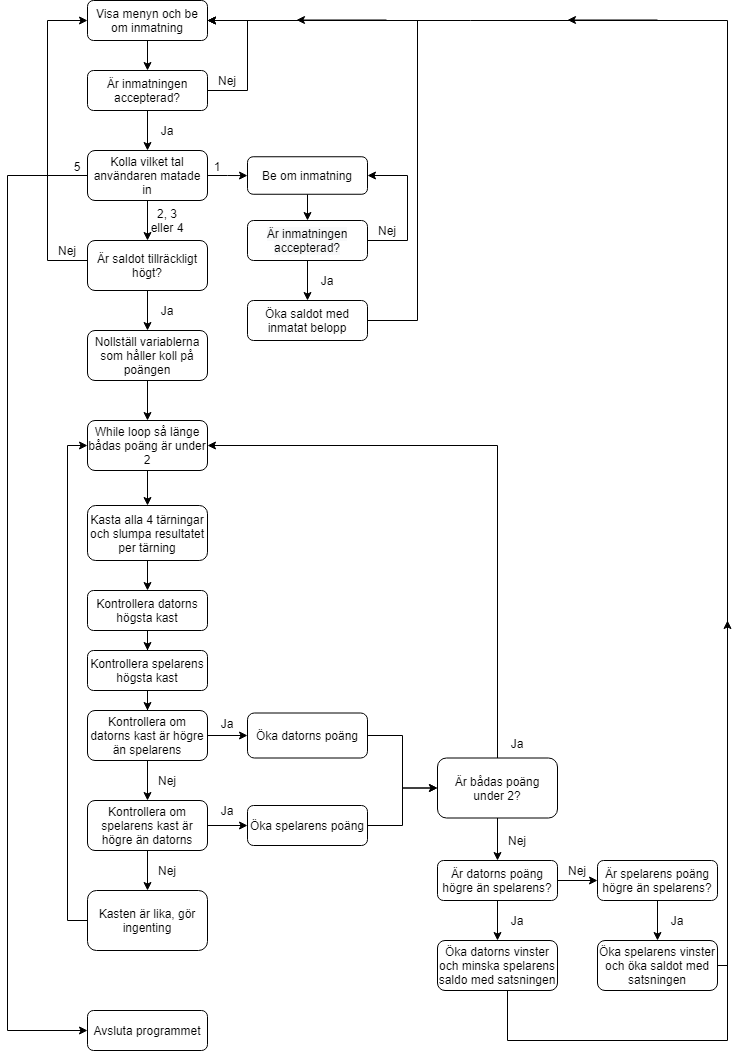
Sam-mariehamn/IT120G keeps this draw.io diagram as Inlämningsuppgift 1/Flödesdiagram.png. Above is the earlier version. Source tidied: cells renumbered, new cells last; positions are measured from the earlier drawing's top-left corner, leaving out a move shared by most shapes.
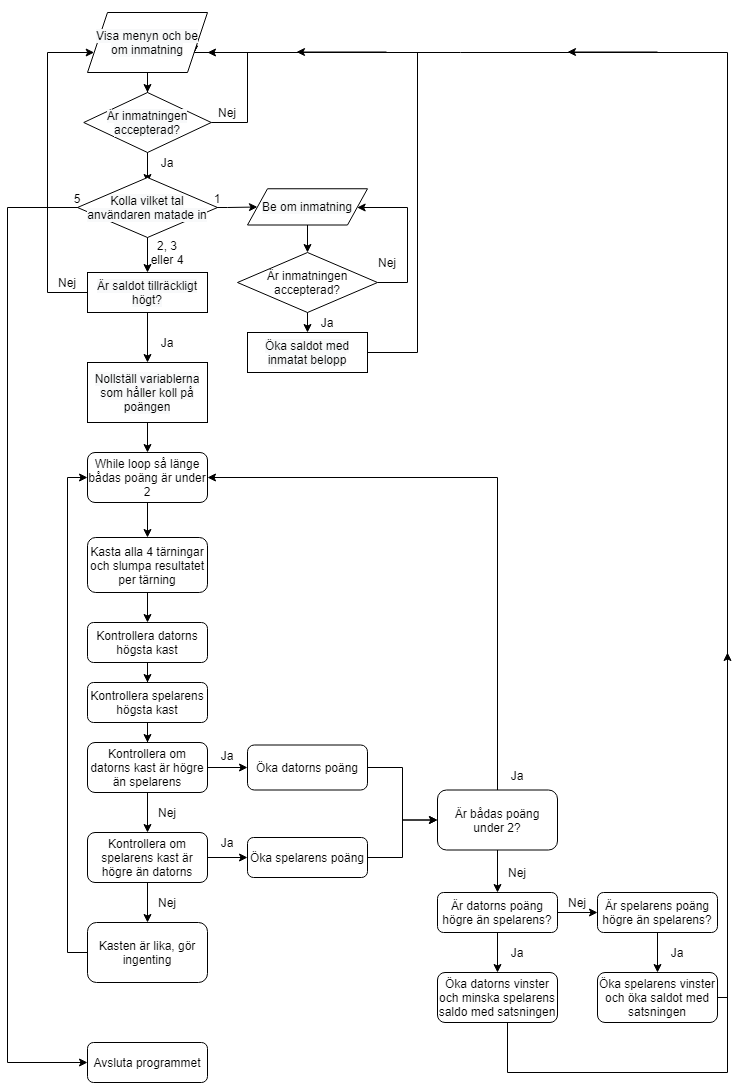
The same diagram one commit later.

Change to the diagram source:
```diff
@@ -2,103 +2,99 @@
   <root>
     <mxCell id="0" />
     <mxCell id="1" parent="0" />
-    <mxCell id="2" style="edgeStyle=orthogonalEdgeStyle;rounded=0;jettySize=auto;html=1;" parent="1" edge="1" source="3" target="6">
-      <mxGeometry relative="1" as="geometry" />
+    <mxCell id="2" style="edgeStyle=orthogonalEdgeStyle;rounded=0;orthogonalLoop=1;jettySize=auto;html=1;" parent="1" edge="1">
+      <mxGeometry relative="1" as="geometry">
+        <mxPoint x="140" y="40" as="sourcePoint" />
+        <mxPoint x="140" y="70" as="targetPoint" />
+      </mxGeometry>
     </mxCell>
-    <mxCell id="3" value="Visa menyn och be om inmatning" style="rounded=1;whiteSpace=wrap;html=1;fontSize=12;glass=0;strokeWidth=1;shadow=0;" parent="1" vertex="1">
-      <mxGeometry x="80" width="120" height="40" as="geometry" />
-    </mxCell>
-    <mxCell id="4" style="edgeStyle=orthogonalEdgeStyle;rounded=0;jettySize=auto;html=1;" parent="1" edge="1" source="6" target="10">
-      <mxGeometry relative="1" as="geometry" />
+    <mxCell id="4" style="edgeStyle=orthogonalEdgeStyle;rounded=0;orthogonalLoop=1;jettySize=auto;html=1;" parent="1" edge="1">
+      <mxGeometry relative="1" as="geometry">
+        <mxPoint x="140" y="110" as="sourcePoint" />
+        <mxPoint x="140" y="150" as="targetPoint" />
+      </mxGeometry>
     </mxCell>
-    <mxCell id="5" style="edgeStyle=orthogonalEdgeStyle;rounded=0;jettySize=auto;html=1;" parent="1" edge="1" source="6">
+    <mxCell id="5" style="edgeStyle=orthogonalEdgeStyle;rounded=0;jettySize=auto;html=1;exitX=1;exitY=0.5;exitDx=0;exitDy=0;entryX=1;entryY=0.75;entryDx=0;entryDy=0;" parent="1" edge="1" source="77" target="3">
       <mxGeometry relative="1" as="geometry">
-        <mxPoint x="200" y="20" as="targetPoint" />
         <Array as="points">
           <mxPoint x="240" y="90" />
           <mxPoint x="240" y="20" />
+          <mxPoint x="186" y="20" />
         </Array>
       </mxGeometry>
     </mxCell>
-    <mxCell id="6" value="Är inmatningen accepterad?" style="rounded=1;whiteSpace=wrap;html=1;" parent="1" vertex="1">
-      <mxGeometry x="80" y="70" width="120" height="40" as="geometry" />
-    </mxCell>
-    <mxCell id="7" style="edgeStyle=orthogonalEdgeStyle;rounded=0;jettySize=auto;html=1;" parent="1" edge="1" source="10" target="14">
-      <mxGeometry relative="1" as="geometry" />
+    <mxCell id="7" style="edgeStyle=orthogonalEdgeStyle;rounded=0;jettySize=auto;html=1;" parent="1" edge="1" target="14">
+      <mxGeometry relative="1" as="geometry">
+        <mxPoint x="200" y="175" as="sourcePoint" />
+      </mxGeometry>
     </mxCell>
-    <mxCell id="8" style="edgeStyle=orthogonalEdgeStyle;rounded=0;jettySize=auto;html=1;" parent="1" edge="1" source="10" target="17">
-      <mxGeometry relative="1" as="geometry" />
+    <mxCell id="8" style="edgeStyle=orthogonalEdgeStyle;rounded=0;orthogonalLoop=1;jettySize=auto;html=1;" parent="1" edge="1">
+      <mxGeometry relative="1" as="geometry">
+        <mxPoint x="140" y="200" as="sourcePoint" />
+        <mxPoint x="140" y="240" as="targetPoint" />
+      </mxGeometry>
     </mxCell>
-    <mxCell id="9" style="edgeStyle=orthogonalEdgeStyle;rounded=0;jettySize=auto;html=1;" parent="1" edge="1" source="10" target="65">
+    <mxCell id="9" style="edgeStyle=orthogonalEdgeStyle;rounded=0;jettySize=auto;html=1;" parent="1" edge="1" target="65">
       <mxGeometry relative="1" as="geometry">
+        <mxPoint x="80" y="175" as="sourcePoint" />
         <Array as="points">
           <mxPoint y="175" />
           <mxPoint y="1030" />
         </Array>
       </mxGeometry>
     </mxCell>
-    <mxCell id="10" value="Kolla vilket tal användaren matade in" style="rounded=1;whiteSpace=wrap;html=1;" parent="1" vertex="1">
-      <mxGeometry x="80" y="150" width="120" height="50" as="geometry" />
-    </mxCell>
     <mxCell id="11" value="Ja" style="text;html=1;strokeColor=none;fillColor=none;align=center;verticalAlign=middle;whiteSpace=wrap;rounded=0;" parent="1" vertex="1">
       <mxGeometry x="140" y="120" width="40" height="20" as="geometry" />
     </mxCell>
     <mxCell id="12" value="Nej" style="text;html=1;strokeColor=none;fillColor=none;align=center;verticalAlign=middle;whiteSpace=wrap;rounded=0;" parent="1" vertex="1">
       <mxGeometry x="200" y="70" width="40" height="20" as="geometry" />
     </mxCell>
-    <mxCell id="13" style="edgeStyle=orthogonalEdgeStyle;rounded=0;jettySize=auto;html=1;" parent="1" edge="1" source="14" target="22">
-      <mxGeometry relative="1" as="geometry" />
-    </mxCell>
-    <mxCell id="14" value="Be om inmatning" style="whiteSpace=wrap;html=1;rounded=1;" parent="1" vertex="1">
-      <mxGeometry x="240" y="156.2" width="120" height="37.5" as="geometry" />
-    </mxCell>
-    <mxCell id="15" style="edgeStyle=orthogonalEdgeStyle;rounded=0;jettySize=auto;html=1;entryX=0;entryY=0.5;entryDx=0;entryDy=0;" parent="1" edge="1" source="17" target="3">
+    <mxCell id="15" style="edgeStyle=orthogonalEdgeStyle;rounded=0;jettySize=auto;html=1;" parent="1" edge="1" target="3">
       <mxGeometry relative="1" as="geometry">
+        <mxPoint x="80" y="260" as="sourcePoint" />
         <Array as="points">
           <mxPoint x="40" y="260" />
           <mxPoint x="40" y="20" />
         </Array>
       </mxGeometry>
     </mxCell>
-    <mxCell id="16" style="edgeStyle=orthogonalEdgeStyle;rounded=0;jettySize=auto;html=1;" parent="1" edge="1" source="17" target="29">
-      <mxGeometry relative="1" as="geometry" />
+    <mxCell id="16" style="edgeStyle=orthogonalEdgeStyle;rounded=0;jettySize=auto;html=1;exitX=0.5;exitY=1;exitDx=0;exitDy=0;" parent="1" edge="1" source="17">
+      <mxGeometry relative="1" as="geometry">
+        <mxPoint x="140" y="330" as="targetPoint" />
+      </mxGeometry>
     </mxCell>
-    <mxCell id="17" value="Är saldot tillräckligt högt?" style="whiteSpace=wrap;html=1;rounded=1;" parent="1" vertex="1">
-      <mxGeometry x="80" y="240" width="120" height="50" as="geometry" />
-    </mxCell>
     <mxCell id="18" value="1" style="text;html=1;strokeColor=none;fillColor=none;align=center;verticalAlign=middle;whiteSpace=wrap;rounded=0;" parent="1" vertex="1">
       <mxGeometry x="200" y="156.2" width="20" height="20" as="geometry" />
     </mxCell>
     <mxCell id="19" value="2, 3 eller 4" style="text;html=1;strokeColor=none;fillColor=none;align=center;verticalAlign=middle;whiteSpace=wrap;rounded=0;" parent="1" vertex="1">
       <mxGeometry x="140" y="210" width="40" height="20" as="geometry" />
     </mxCell>
-    <mxCell id="20" style="edgeStyle=orthogonalEdgeStyle;rounded=0;jettySize=auto;html=1;" parent="1" edge="1" source="22" target="24">
-      <mxGeometry relative="1" as="geometry" />
+    <mxCell id="20" style="edgeStyle=orthogonalEdgeStyle;rounded=0;orthogonalLoop=1;jettySize=auto;html=1;" parent="1" edge="1">
+      <mxGeometry relative="1" as="geometry">
+        <mxPoint x="300" y="260" as="sourcePoint" />
+        <mxPoint x="300" y="300" as="targetPoint" />
+      </mxGeometry>
     </mxCell>
-    <mxCell id="21" style="edgeStyle=orthogonalEdgeStyle;rounded=0;jettySize=auto;html=1;entryX=1;entryY=0.5;entryDx=0;entryDy=0;" parent="1" edge="1" source="22" target="14">
+    <mxCell id="21" style="edgeStyle=orthogonalEdgeStyle;rounded=0;jettySize=auto;html=1;" parent="1" edge="1" source="78" target="14">
       <mxGeometry relative="1" as="geometry">
         <Array as="points">
-          <mxPoint x="400" y="240" />
+          <mxPoint x="400" y="250" />
           <mxPoint x="400" y="175" />
         </Array>
       </mxGeometry>
     </mxCell>
-    <mxCell id="22" value="&#10;&#10;&lt;span style=&quot;color: rgb(0, 0, 0); font-family: helvetica; font-size: 12px; font-style: normal; font-weight: 400; letter-spacing: normal; text-align: center; text-indent: 0px; text-transform: none; word-spacing: 0px; background-color: rgb(248, 249, 250); display: inline; float: none;&quot;&gt;Är inmatningen accepterad?&lt;/span&gt;&#10;&#10;" style="whiteSpace=wrap;html=1;rounded=1;" parent="1" vertex="1">
-      <mxGeometry x="240" y="220" width="120" height="40" as="geometry" />
-    </mxCell>
-    <mxCell id="23" style="edgeStyle=orthogonalEdgeStyle;rounded=0;jettySize=auto;html=1;entryX=1;entryY=0.5;entryDx=0;entryDy=0;exitX=1;exitY=0.5;exitDx=0;exitDy=0;" parent="1" edge="1" source="24" target="3">
+    <mxCell id="23" style="edgeStyle=orthogonalEdgeStyle;rounded=0;orthogonalLoop=1;jettySize=auto;html=1;entryX=1;entryY=0.5;entryDx=0;entryDy=0;exitX=1;exitY=0.5;exitDx=0;exitDy=0;" parent="1" edge="1">
       <mxGeometry relative="1" as="geometry">
+        <mxPoint x="360" y="320" as="sourcePoint" />
+        <mxPoint x="200" y="20" as="targetPoint" />
         <Array as="points">
           <mxPoint x="410" y="320" />
           <mxPoint x="410" y="20" />
         </Array>
       </mxGeometry>
     </mxCell>
-    <mxCell id="24" value="Öka saldot med inmatat belopp" style="whiteSpace=wrap;html=1;rounded=1;" parent="1" vertex="1">
-      <mxGeometry x="240" y="300" width="120" height="40" as="geometry" />
-    </mxCell>
     <mxCell id="25" value="Ja" style="text;html=1;strokeColor=none;fillColor=none;align=center;verticalAlign=middle;whiteSpace=wrap;rounded=0;" parent="1" vertex="1">
-      <mxGeometry x="300" y="270" width="40" height="20" as="geometry" />
+      <mxGeometry x="300" y="280" width="40" height="20" as="geometry" />
     </mxCell>
     <mxCell id="26" value="Nej" style="text;html=1;strokeColor=none;fillColor=none;align=center;verticalAlign=middle;whiteSpace=wrap;rounded=0;" parent="1" vertex="1">
       <mxGeometry x="360" y="220" width="40" height="20" as="geometry" />
@@ -106,12 +102,11 @@
     <mxCell id="27" value="Nej" style="text;html=1;strokeColor=none;fillColor=none;align=center;verticalAlign=middle;whiteSpace=wrap;rounded=0;" parent="1" vertex="1">
       <mxGeometry x="40" y="240" width="40" height="20" as="geometry" />
     </mxCell>
-    <mxCell id="28" style="edgeStyle=orthogonalEdgeStyle;rounded=0;jettySize=auto;html=1;" parent="1" edge="1" source="29" target="32">
-      <mxGeometry relative="1" as="geometry" />
+    <mxCell id="28" style="edgeStyle=orthogonalEdgeStyle;rounded=0;jettySize=auto;html=1;" parent="1" edge="1" target="32">
+      <mxGeometry relative="1" as="geometry">
+        <mxPoint x="140" y="380" as="sourcePoint" />
+      </mxGeometry>
     </mxCell>
-    <mxCell id="29" value="Nollställ variablerna som håller koll på poängen" style="whiteSpace=wrap;html=1;rounded=1;" parent="1" vertex="1">
-      <mxGeometry x="80" y="330" width="120" height="50" as="geometry" />
-    </mxCell>
     <mxCell id="30" value="Ja" style="text;html=1;strokeColor=none;fillColor=none;align=center;verticalAlign=middle;whiteSpace=wrap;rounded=0;" parent="1" vertex="1">
       <mxGeometry x="140" y="300" width="40" height="20" as="geometry" />
     </mxCell>
@@ -249,12 +244,12 @@
     <mxCell id="70" value="Nej" style="text;html=1;strokeColor=none;fillColor=none;align=center;verticalAlign=middle;whiteSpace=wrap;rounded=0;" parent="1" vertex="1">
       <mxGeometry x="550" y="860" width="40" height="20" as="geometry" />
     </mxCell>
-    <mxCell id="71" style="edgeStyle=orthogonalEdgeStyle;rounded=0;jettySize=auto;html=1;" parent="1" edge="1" source="72">
+    <mxCell id="71" style="edgeStyle=orthogonalEdgeStyle;rounded=0;jettySize=auto;html=1;entryX=1;entryY=0.75;entryDx=0;entryDy=0;" parent="1" edge="1" source="72" target="3">
       <mxGeometry relative="1" as="geometry">
-        <mxPoint x="200" y="20" as="targetPoint" />
         <Array as="points">
           <mxPoint x="720" y="965" />
           <mxPoint x="720" y="20" />
+          <mxPoint x="186" y="20" />
         </Array>
       </mxGeometry>
     </mxCell>
@@ -276,5 +271,35 @@
         <mxPoint x="289" y="19.5" as="targetPoint" />
       </mxGeometry>
     </mxCell>
+    <mxCell id="76" style="edgeStyle=orthogonalEdgeStyle;rounded=0;jettySize=auto;html=1;" parent="1" edge="1" source="3" target="77">
+      <mxGeometry relative="1" as="geometry" />
+    </mxCell>
+    <mxCell id="3" value="&#10;&#10;&lt;span style=&quot;color: rgb(0, 0, 0); font-family: helvetica; font-size: 12px; font-style: normal; font-weight: 400; letter-spacing: normal; text-align: center; text-indent: 0px; text-transform: none; word-spacing: 0px; background-color: rgb(248, 249, 250); display: inline; float: none;&quot;&gt;Visa menyn och be om inmatning&lt;/span&gt;&#10;&#10;" style="shape=parallelogram;perimeter=parallelogramPerimeter;whiteSpace=wrap;html=1;fixedSize=1;" parent="1" vertex="1">
+      <mxGeometry x="80" y="-20" width="120" height="60" as="geometry" />
+    </mxCell>
+    <mxCell id="77" value="&#10;&#10;&lt;span style=&quot;color: rgb(0, 0, 0); font-family: helvetica; font-size: 12px; font-style: normal; font-weight: 400; letter-spacing: normal; text-align: center; text-indent: 0px; text-transform: none; word-spacing: 0px; background-color: rgb(248, 249, 250); display: inline; float: none;&quot;&gt;Är inmatningen accepterad?&lt;/span&gt;&#10;&#10;" style="rhombus;whiteSpace=wrap;html=1;" parent="1" vertex="1">
+      <mxGeometry x="76.2" y="60" width="127.5" height="60" as="geometry" />
+    </mxCell>
+    <mxCell id="10" value="&#10;&#10;&lt;span style=&quot;color: rgb(0, 0, 0); font-family: helvetica; font-size: 12px; font-style: normal; font-weight: 400; letter-spacing: normal; text-align: center; text-indent: 0px; text-transform: none; word-spacing: 0px; background-color: rgb(248, 249, 250); display: inline; float: none;&quot;&gt;Kolla vilket tal användaren matade in&lt;/span&gt;&#10;&#10;" style="rhombus;whiteSpace=wrap;html=1;" parent="1" vertex="1">
+      <mxGeometry x="70" y="145" width="140" height="60" as="geometry" />
+    </mxCell>
+    <mxCell id="14" value="&#10;&#10;&lt;span style=&quot;color: rgb(0, 0, 0); font-family: helvetica; font-size: 12px; font-style: normal; font-weight: 400; letter-spacing: normal; text-align: center; text-indent: 0px; text-transform: none; word-spacing: 0px; background-color: rgb(248, 249, 250); display: inline; float: none;&quot;&gt;Be om inmatning&lt;/span&gt;&#10;&#10;" style="shape=parallelogram;perimeter=parallelogramPerimeter;whiteSpace=wrap;html=1;fixedSize=1;" parent="1" vertex="1">
+      <mxGeometry x="240" y="156.2" width="120" height="36.2" as="geometry" />
+    </mxCell>
+    <mxCell id="78" value="&lt;span style=&quot;font-family: &amp;#34;helvetica&amp;#34;&quot;&gt;Är inmatningen accepterad?&lt;/span&gt;" style="rhombus;whiteSpace=wrap;html=1;" parent="1" vertex="1">
+      <mxGeometry x="230" y="220" width="140" height="60" as="geometry" />
+    </mxCell>
+    <mxCell id="79" style="endArrow=classic;html=1;" parent="1" edge="1" source="14" target="78">
+      <mxGeometry relative="1" as="geometry" />
+    </mxCell>
+    <mxCell id="24" value="&#10;&#10;&lt;span style=&quot;color: rgb(0, 0, 0); font-family: helvetica; font-size: 12px; font-style: normal; font-weight: 400; letter-spacing: normal; text-align: center; text-indent: 0px; text-transform: none; word-spacing: 0px; background-color: rgb(248, 249, 250); display: inline; float: none;&quot;&gt;Öka saldot med inmatat belopp&lt;/span&gt;&#10;&#10;" style="rounded=0;whiteSpace=wrap;html=1;" parent="1" vertex="1">
+      <mxGeometry x="240" y="300" width="120" height="40" as="geometry" />
+    </mxCell>
+    <mxCell id="17" value="&#10;&#10;&lt;span style=&quot;color: rgb(0, 0, 0); font-family: helvetica; font-size: 12px; font-style: normal; font-weight: 400; letter-spacing: normal; text-align: center; text-indent: 0px; text-transform: none; word-spacing: 0px; background-color: rgb(248, 249, 250); display: inline; float: none;&quot;&gt;Är saldot tillräckligt högt?&lt;/span&gt;&#10;&#10;" style="rounded=0;whiteSpace=wrap;html=1;" parent="1" vertex="1">
+      <mxGeometry x="80" y="240" width="120" height="40" as="geometry" />
+    </mxCell>
+    <mxCell id="29" value="&#10;&#10;&lt;span style=&quot;color: rgb(0, 0, 0); font-family: helvetica; font-size: 12px; font-style: normal; font-weight: 400; letter-spacing: normal; text-align: center; text-indent: 0px; text-transform: none; word-spacing: 0px; background-color: rgb(248, 249, 250); display: inline; float: none;&quot;&gt;Nollställ variablerna som håller koll på poängen&lt;/span&gt;&#10;&#10;" style="rounded=0;whiteSpace=wrap;html=1;" parent="1" vertex="1">
+      <mxGeometry x="80" y="330" width="120" height="60" as="geometry" />
+    </mxCell>
   </root>
 </mxGraphModel>
```
